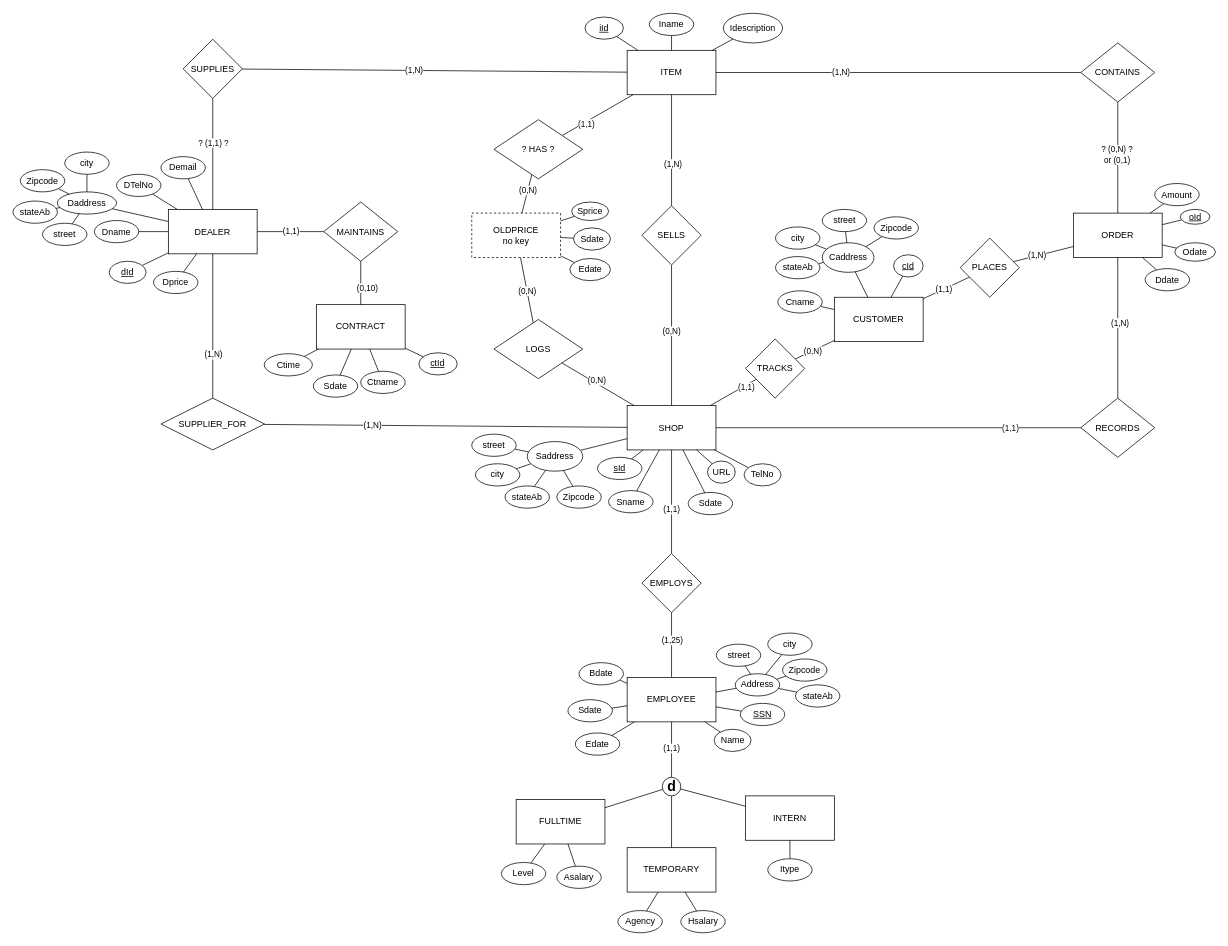
Above: EER_Diagram.drawio in n1ck007/cse3330_project (draw.io), before the change. Source tidied: cells renumbered, new cells numbered last; positions are measured from the earlier drawing's top-left corner, leaving out a move shared by most shapes. Both pictures are drawn from the tidied source at 74%, with x=0, y=0 at pixel (13, 13).
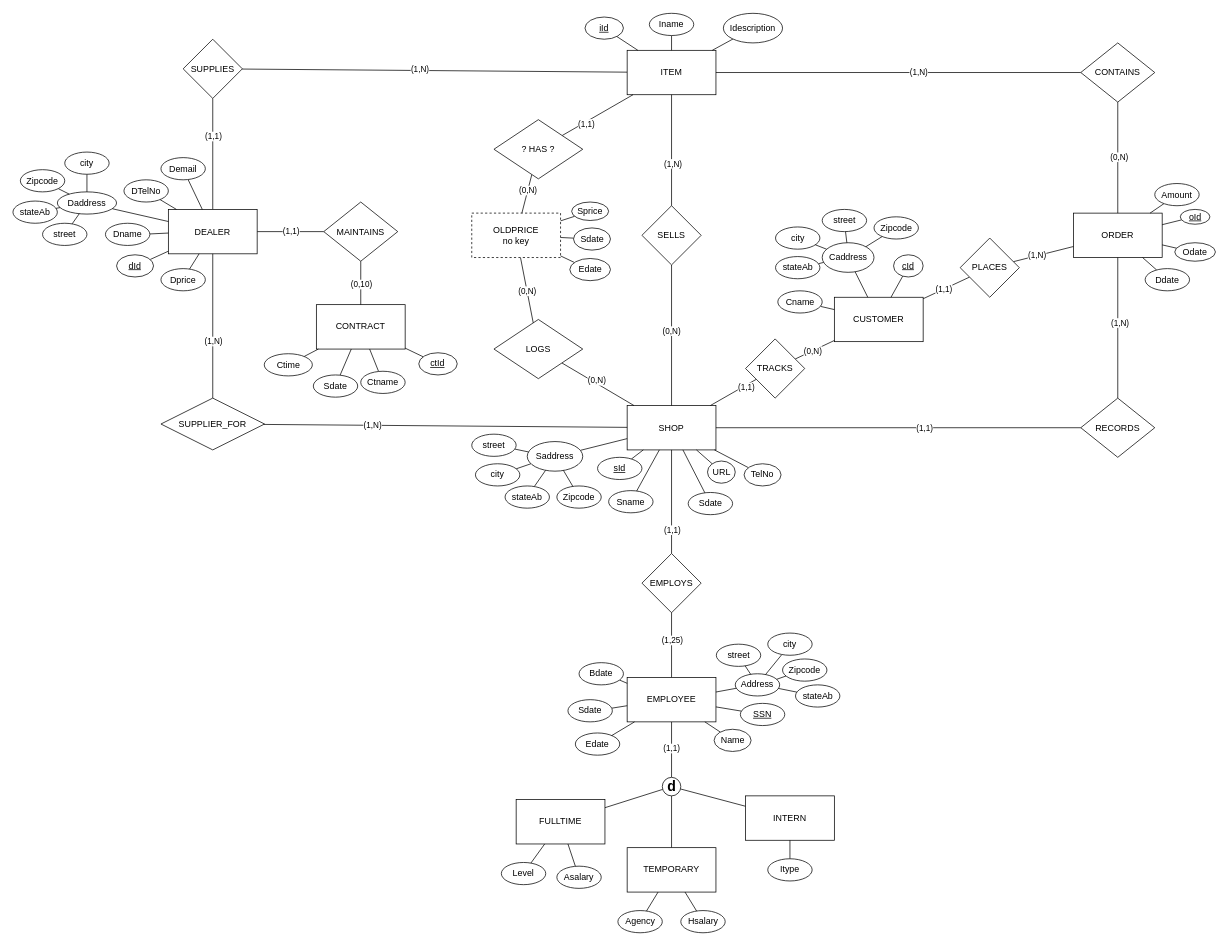
Above is the later version.

Unchanged cells that the change refers to:
```xml
<mxCell id="3" style="rounded=0;jettySize=auto;html=1;endArrow=none;endFill=0;curved=0;" parent="1" edge="1" source="5" target="2">
  <mxGeometry relative="1" as="geometry" />
</mxCell>
<mxCell id="18" style="rounded=0;jettySize=auto;html=1;startArrow=none;startFill=0;endArrow=none;endFill=0;" parent="1" edge="1" source="22" target="26">
  <mxGeometry relative="1" as="geometry" />
</mxCell>
<mxCell id="23" style="rounded=0;jettySize=auto;html=1;startArrow=none;startFill=0;endArrow=none;endFill=0;" parent="1" edge="1" source="25" target="26">
  <mxGeometry relative="1" as="geometry" />
</mxCell>
<mxCell id="27" style="rounded=0;jettySize=auto;html=1;startArrow=none;startFill=0;endArrow=none;endFill=0;" parent="1" edge="1" source="31" target="22">
  <mxGeometry relative="1" as="geometry" />
</mxCell>
<mxCell id="49" style="rounded=0;jettySize=auto;html=1;endArrow=none;endFill=0;" parent="1" edge="1" source="51" target="48">
  <mxGeometry relative="1" as="geometry" />
</mxCell>
<mxCell id="53" style="rounded=0;jettySize=auto;html=1;endArrow=none;endFill=0;" parent="1" edge="1" source="57" target="52">
  <mxGeometry relative="1" as="geometry" />
</mxCell>
<mxCell id="55" style="rounded=0;jettySize=auto;html=1;endArrow=none;endFill=0;" parent="1" edge="1" source="57" target="25">
  <mxGeometry relative="1" as="geometry" />
</mxCell>
<mxCell id="71" style="edgeStyle=none;rounded=0;jettySize=auto;html=1;endArrow=none;endFill=0;" parent="1" edge="1" source="73" target="2">
  <mxGeometry relative="1" as="geometry" />
</mxCell>
```

Diff of the diagram source:
```diff
@@
     <mxCell id="4" value="(1,1)" style="edgeLabel;html=1;align=center;verticalAlign=middle;" parent="3" vertex="1">
-      <mxGeometry x="-0.15" y="1" relative="1" as="geometry" />
+      <mxGeometry x="-0.15" y="1" relative="1" as="geometry">
+        <mxPoint x="1" y="28" as="offset" />
+      </mxGeometry>
     </mxCell>
@@
-    <mxCell id="19" value="? (1,1) ?" style="edgeLabel;html=1;align=center;verticalAlign=middle;" parent="18" vertex="1">
-      <mxGeometry x="0.2" relative="1" as="geometry" />
-    </mxCell>
+    <mxCell id="186" value="(1,1)" style="edgeLabel;html=1;align=center;verticalAlign=middle;" parent="18" vertex="1">
+      <mxGeometry x="0.33" y="2" relative="1" as="geometry">
+        <mxPoint x="2" y="1" as="offset" />
+      </mxGeometry>
+    </mxCell>
@@
     <mxCell id="24" value="(1,N)" style="edgeLabel;html=1;align=center;verticalAlign=middle;" parent="23" vertex="1">
-      <mxGeometry x="0.11" y="-1" relative="1" as="geometry" />
+      <mxGeometry x="0.11" y="-1" relative="1" as="geometry">
+        <mxPoint x="8" y="-1" as="offset" />
+      </mxGeometry>
     </mxCell>
@@
     <mxCell id="28" value="(1,N)" style="edgeLabel;html=1;align=center;verticalAlign=middle;" parent="27" vertex="1">
       <mxGeometry x="-0.41" relative="1" as="geometry">
-        <mxPoint y="-1" as="offset" />
+        <mxPoint y="-19" as="offset" />
       </mxGeometry>
     </mxCell>
@@
     <mxCell id="50" value="(0,10)" style="edgeLabel;html=1;align=center;verticalAlign=middle;" parent="49" vertex="1">
-      <mxGeometry x="0.21" relative="1" as="geometry">
-        <mxPoint x="8" as="offset" />
-      </mxGeometry>
+      <mxGeometry x="0.04" relative="1" as="geometry" />
     </mxCell>
@@
-    <mxCell id="54" value="? (0,N) ?&lt;br&gt;or (0,1)" style="edgeLabel;html=1;align=center;verticalAlign=middle;" parent="53" vertex="1">
-      <mxGeometry x="-0.05" y="-2" relative="1" as="geometry" />
-    </mxCell>
+    <mxCell id="187" value="(0,N)" style="edgeLabel;html=1;align=center;verticalAlign=middle;" parent="53" vertex="1">
+      <mxGeometry x="-0.02" y="1" relative="1" as="geometry" />
+    </mxCell>
@@
     <mxCell id="56" value="(1,N)" style="edgeLabel;html=1;align=center;verticalAlign=middle;" parent="55" vertex="1">
       <mxGeometry x="0.32" relative="1" as="geometry">
-        <mxPoint y="-1" as="offset" />
+        <mxPoint x="105" as="offset" />
       </mxGeometry>
     </mxCell>
@@
     <mxCell id="72" value="(1,1)" style="edgeLabel;html=1;align=center;verticalAlign=middle;" parent="71" vertex="1">
-      <mxGeometry x="-0.61" y="1" relative="1" as="geometry" />
+      <mxGeometry x="-0.61" y="1" relative="1" as="geometry">
+        <mxPoint x="-116" y="-1" as="offset" />
+      </mxGeometry>
     </mxCell>
@@
     <mxCell id="109" value="Dname" style="ellipse;whiteSpace=wrap;html=1;" parent="1" vertex="1">
-      <mxGeometry x="110" y="280.5" width="60" height="30" as="geometry" />
+      <mxGeometry x="125" y="284.2" width="60" height="30" as="geometry" />
     </mxCell>
@@
     <mxCell id="111" value="dId" style="ellipse;whiteSpace=wrap;html=1;fontStyle=4;" parent="1" vertex="1">
-      <mxGeometry x="130" y="335.5" width="50" height="30" as="geometry" />
+      <mxGeometry x="140" y="326.8" width="50" height="30" as="geometry" />
     </mxCell>
@@
     <mxCell id="113" value="DTelNo" style="ellipse;whiteSpace=wrap;html=1;" parent="1" vertex="1">
-      <mxGeometry x="140" y="218" width="60" height="30" as="geometry" />
+      <mxGeometry x="150" y="225.5" width="60" height="30" as="geometry" />
     </mxCell>
@@
     <mxCell id="115" value="&lt;br&gt;Demail&lt;div&gt;&lt;br&gt;&lt;/div&gt;" style="ellipse;whiteSpace=wrap;html=1;" parent="1" vertex="1">
-      <mxGeometry x="200" y="194.2" width="60" height="30" as="geometry" />
+      <mxGeometry x="200" y="195.5" width="60" height="30" as="geometry" />
     </mxCell>
@@
     <mxCell id="117" value="Dprice" style="ellipse;whiteSpace=wrap;html=1;" parent="1" vertex="1">
-      <mxGeometry x="190" y="349.2" width="60" height="30" as="geometry" />
+      <mxGeometry x="200" y="345.5" width="60" height="30" as="geometry" />
     </mxCell>
```
